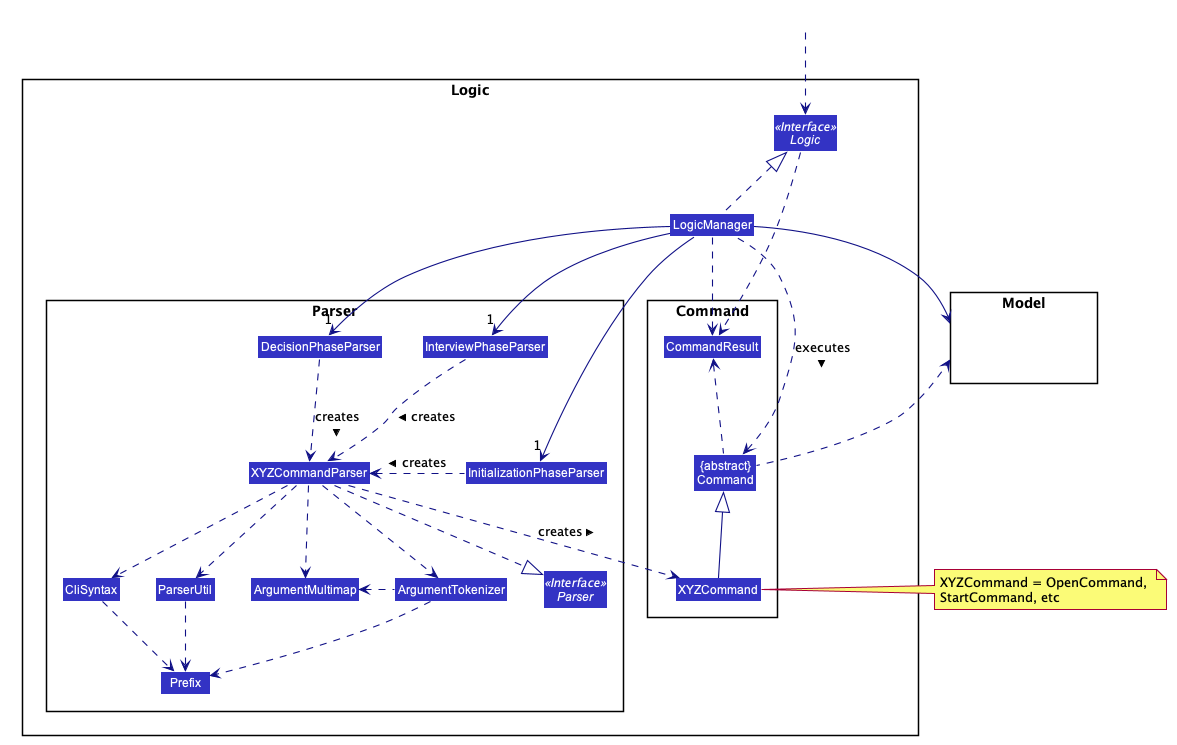
AY1920S2-CS2103-W15-2/main keeps this PlantUML diagram as images/LogicClassDiagram.png. Above is the earlier version.
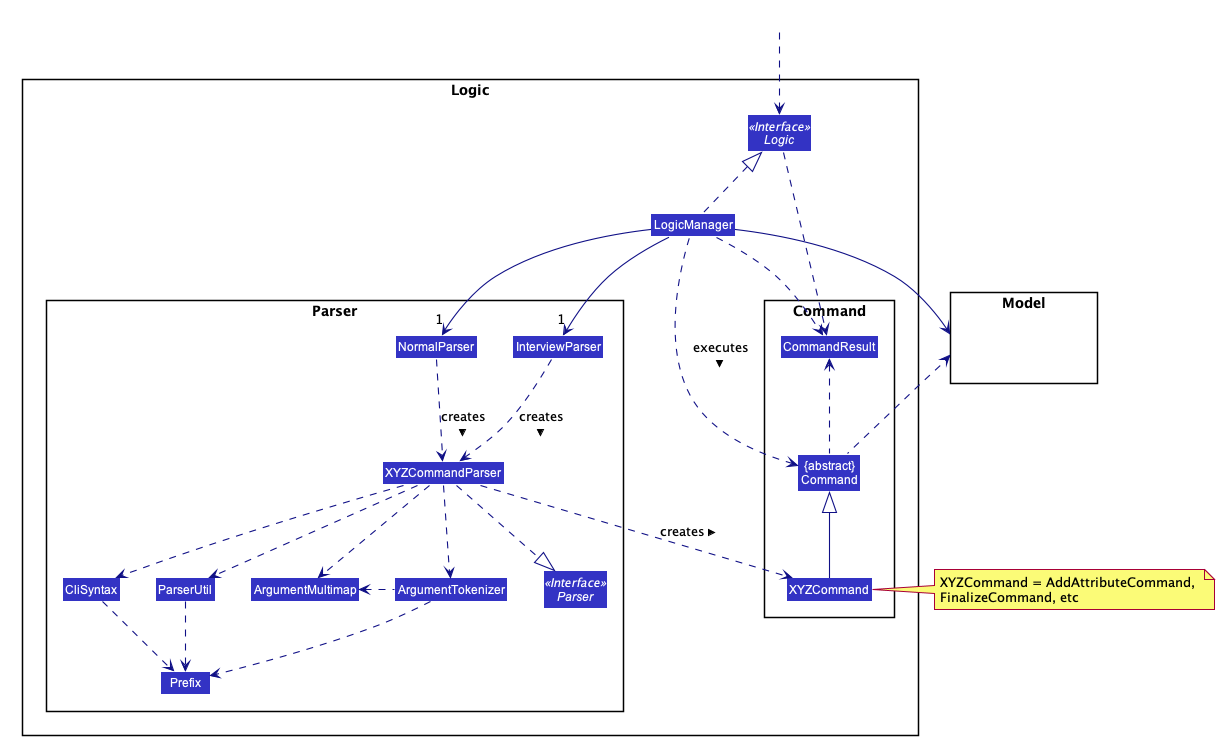
The same diagram one commit later.

What changed in the source:
```diff
@@ -55,9 +55,8 @@
 
 package Parser {
 Interface Parser <<Interface>>
-Class InitializationPhaseParser
-Class InterviewPhaseParser
-Class DecisionPhaseParser
+Class NormalParser
+Class InterviewParser
 Class XYZCommandParser
 Class CliSyntax
 Class ParserUtil
@@ -84,12 +83,10 @@
 HiddenOutside ..> Logic
 
 LogicManager .up.|> Logic
-LogicManager -->"1" InitializationPhaseParser
-LogicManager -->"1" InterviewPhaseParser
-LogicManager -->"1" DecisionPhaseParser
-InitializationPhaseParser .left.> XYZCommandParser: creates >
-InterviewPhaseParser .down.> XYZCommandParser: creates >
-DecisionPhaseParser .down.> XYZCommandParser: creates >
+LogicManager -->"1" InterviewParser
+LogicManager -->"1" NormalParser
+InterviewParser .down.> XYZCommandParser: creates >
+NormalParser .down.> XYZCommandParser: creates >
 
 XYZCommandParser ..> XYZCommand : creates >
 XYZCommandParser ..|> Parser
@@ -106,7 +103,7 @@
 
 LogicManager --> Model
 Command .left.> Model
-note left of XYZCommand: XYZCommand = OpenCommand, \nStartCommand, etc
+note left of XYZCommand: XYZCommand = AddAttributeCommand, \nFinalizeCommand, etc
 
 Logic ..> CommandResult
 LogicManager .down.> CommandResult
```
